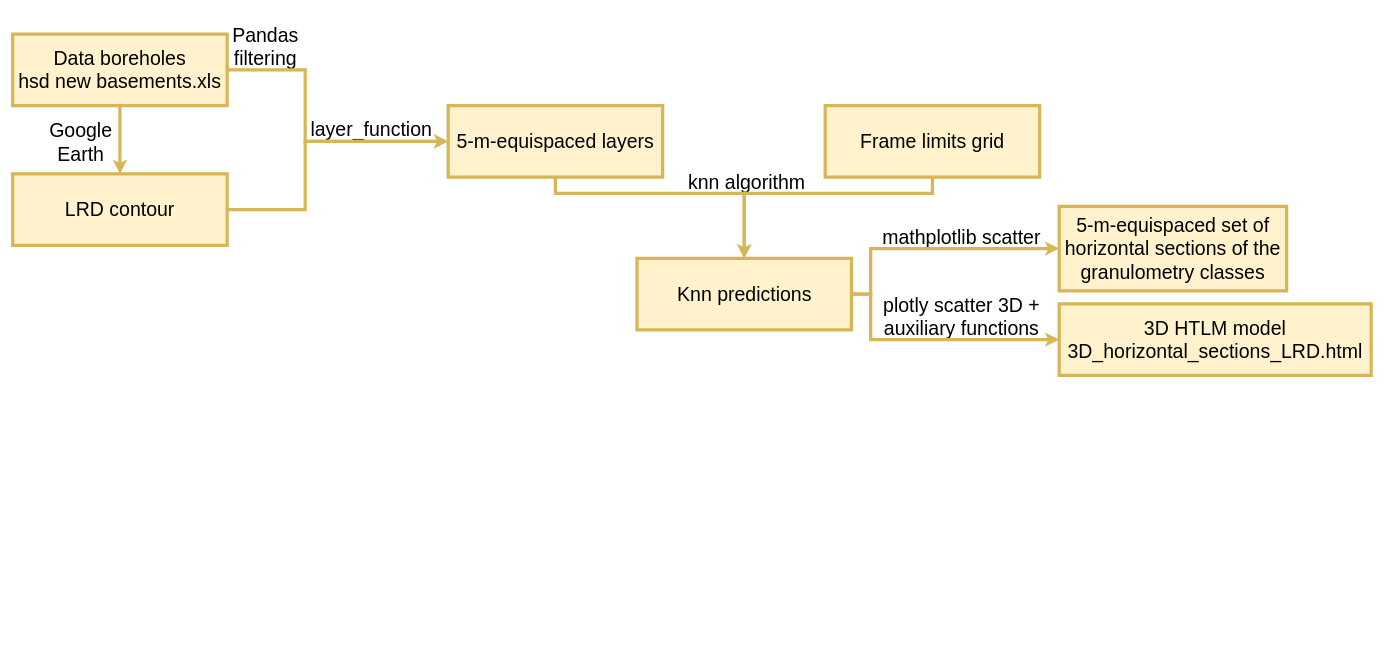
The draw.io diagram diagrams/horizontal sections.drawio in dcabezas98/confidence-knn-stratigraphic-visualization, before the edit. Source tidied: cells renumbered, new cells numbered last; positions are measured from the earlier drawing's top-left corner, leaving out a move shared by most shapes. Both pictures are drawn from the tidied source at 65%, with x=0, y=0 at pixel (12, 17).
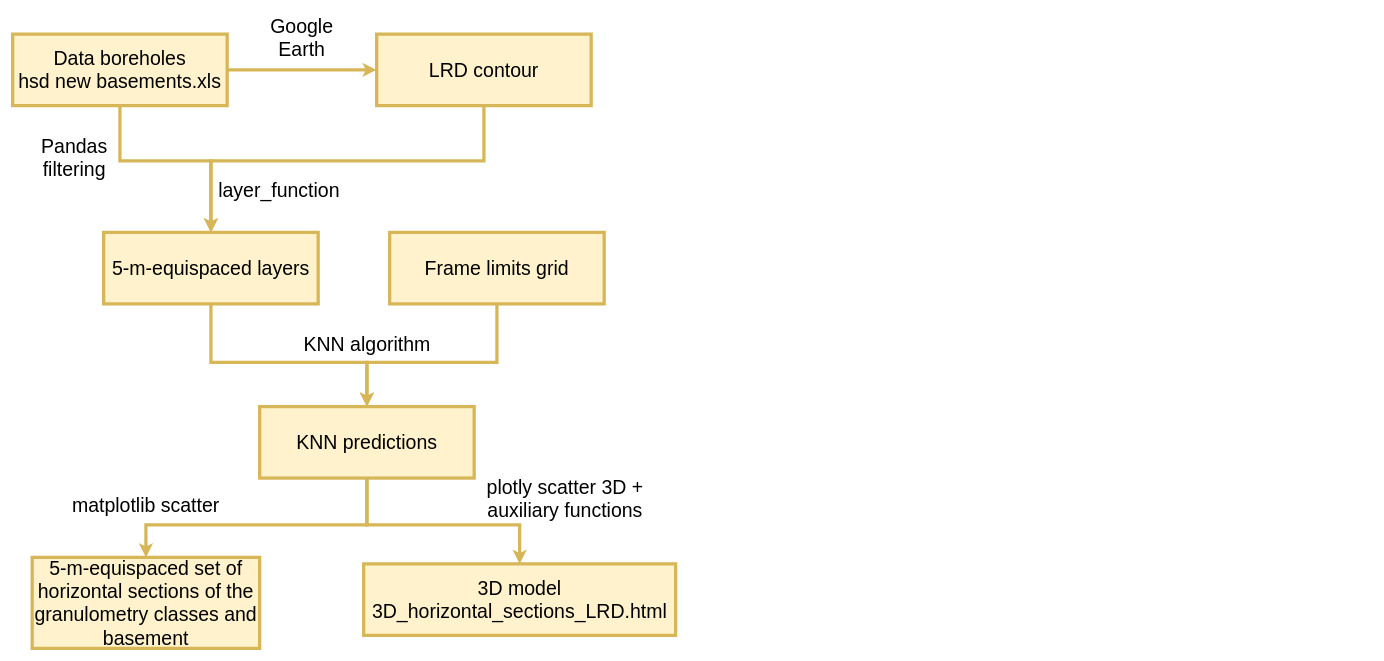
The same page after the edit.

The change refers to these unchanged cells:
```xml
<mxCell id="10" value="&lt;div style=&quot;font-size: 30px;&quot;&gt;Data boreholes&lt;br style=&quot;font-size: 30px;&quot;&gt;&lt;/div&gt;&lt;div style=&quot;font-size: 30px;&quot;&gt;hsd new basements.xls&lt;/div&gt;" style="rounded=0;whiteSpace=wrap;html=1;fontSize=30;fillColor=#fff2cc;strokeColor=#d6b656;strokeWidth=5;" parent="1" vertex="1">
  <mxGeometry y="26" width="330" height="110" as="geometry" />
</mxCell>
```

Change to the diagram source:
```diff
@@
     <mxCell id="2" value="Pandas filtering" style="text;html=1;align=center;verticalAlign=middle;whiteSpace=wrap;rounded=0;fontFamily=Helvetica;fontSize=30;" parent="1" vertex="1">
-      <mxGeometry x="304" width="170" height="90" as="geometry" />
+      <mxGeometry x="10" y="171" width="170" height="90" as="geometry" />
     </mxCell>
     <mxCell id="3" value="Google&lt;br style=&quot;font-size: 30px;&quot;&gt;Earth" style="text;html=1;align=center;verticalAlign=middle;whiteSpace=wrap;rounded=0;fontFamily=Helvetica;fontSize=30;" parent="1" vertex="1">
-      <mxGeometry x="40" y="152" width="130" height="80" as="geometry" />
+      <mxGeometry x="380" y="-9" width="130" height="80" as="geometry" />
     </mxCell>
     <mxCell id="4" value="layer_function" style="text;html=1;align=center;verticalAlign=middle;whiteSpace=wrap;rounded=0;fontFamily=Helvetica;fontSize=30;" parent="1" vertex="1">
-      <mxGeometry x="442" y="157" width="220" height="30" as="geometry" />
+      <mxGeometry x="300" y="251" width="220" height="30" as="geometry" />
     </mxCell>
-    <mxCell id="5" value="knn algorithm" style="text;html=1;align=center;verticalAlign=middle;whiteSpace=wrap;rounded=0;fontFamily=Helvetica;fontSize=30;" parent="1" vertex="1">
-      <mxGeometry x="1036" y="204" width="187" height="97" as="geometry" />
+    <mxCell id="5" value="KNN algorithm" style="text;html=1;align=center;verticalAlign=middle;whiteSpace=wrap;rounded=0;fontFamily=Helvetica;fontSize=30;" parent="1" vertex="1">
+      <mxGeometry x="441.5" y="479" width="207" height="47" as="geometry" />
     </mxCell>
-    <mxCell id="6" value="mathplotlib scatter" style="text;html=1;align=center;verticalAlign=middle;whiteSpace=wrap;rounded=0;fontFamily=Helvetica;fontSize=30;" parent="1" vertex="1">
-      <mxGeometry x="1310" y="318" width="300" height="40" as="geometry" />
+    <mxCell id="6" value="matplotlib scatter" style="text;html=1;align=center;verticalAlign=middle;whiteSpace=wrap;rounded=0;fontFamily=Helvetica;fontSize=30;" parent="1" vertex="1">
+      <mxGeometry x="55" y="731" width="300" height="40" as="geometry" />
     </mxCell>
     <mxCell id="7" value="plotly scatter 3D + auxiliary functions" style="text;html=1;align=center;verticalAlign=middle;whiteSpace=wrap;rounded=0;fontFamily=Helvetica;fontSize=30;" parent="1" vertex="1">
-      <mxGeometry x="1310" y="381" width="300" height="160" as="geometry" />
+      <mxGeometry x="700" y="661" width="300" height="160" as="geometry" />
     </mxCell>
-    <mxCell id="8" style="edgeStyle=orthogonalEdgeStyle;rounded=0;jettySize=auto;html=1;exitX=0.5;exitY=1;exitDx=0;exitDy=0;fontSize=30;fillColor=#fff2cc;strokeColor=#d6b656;strokeWidth=5;" parent="1" edge="1" source="10" target="12">
+    <mxCell id="8" style="edgeStyle=orthogonalEdgeStyle;rounded=0;jettySize=auto;html=1;exitX=1;exitY=0.5;exitDx=0;exitDy=0;entryX=0;entryY=0.5;entryDx=0;entryDy=0;strokeWidth=5;fillColor=#fff2cc;strokeColor=#d6b656;" parent="1" edge="1" source="10" target="12">
       <mxGeometry relative="1" as="geometry" />
     </mxCell>
-    <mxCell id="9" style="edgeStyle=orthogonalEdgeStyle;rounded=0;jettySize=auto;html=1;exitX=1;exitY=0.5;exitDx=0;exitDy=0;entryX=0;entryY=0.5;entryDx=0;entryDy=0;fontSize=30;strokeWidth=5;fillColor=#fff2cc;strokeColor=#d6b656;" parent="1" edge="1" source="10" target="14">
+    <mxCell id="9" style="edgeStyle=orthogonalEdgeStyle;rounded=0;jettySize=auto;html=1;exitX=0.5;exitY=1;exitDx=0;exitDy=0;entryX=0.5;entryY=0;entryDx=0;entryDy=0;strokeWidth=5;fillColor=#fff2cc;strokeColor=#d6b656;" parent="1" edge="1" source="10" target="14">
       <mxGeometry relative="1" as="geometry">
         <Array as="points">
-          <mxPoint x="450" y="81" />
-          <mxPoint x="450" y="191" />
+          <mxPoint x="165" y="221" />
+          <mxPoint x="305" y="221" />
         </Array>
       </mxGeometry>
     </mxCell>
@@
-    <mxCell id="11" style="edgeStyle=orthogonalEdgeStyle;rounded=0;jettySize=auto;html=1;exitX=1;exitY=0.5;exitDx=0;exitDy=0;entryX=0;entryY=0.5;entryDx=0;entryDy=0;fontSize=30;strokeWidth=5;fillColor=#fff2cc;strokeColor=#d6b656;" parent="1" edge="1" source="12" target="14">
+    <mxCell id="11" style="edgeStyle=orthogonalEdgeStyle;rounded=0;jettySize=auto;html=1;exitX=0.5;exitY=1;exitDx=0;exitDy=0;entryX=0.5;entryY=0;entryDx=0;entryDy=0;strokeWidth=5;fillColor=#fff2cc;strokeColor=#d6b656;" parent="1" edge="1" source="12" target="14">
       <mxGeometry relative="1" as="geometry">
         <Array as="points">
-          <mxPoint x="450" y="296" />
-          <mxPoint x="450" y="191" />
+          <mxPoint x="725" y="221" />
+          <mxPoint x="305" y="221" />
         </Array>
       </mxGeometry>
     </mxCell>
     <mxCell id="12" value="LRD contour" style="rounded=0;whiteSpace=wrap;html=1;fontSize=30;fillColor=#fff2cc;strokeColor=#d6b656;strokeWidth=5;" parent="1" vertex="1">
-      <mxGeometry y="241" width="330" height="110" as="geometry" />
+      <mxGeometry x="560" y="26" width="330" height="110" as="geometry" />
     </mxCell>
-    <mxCell id="13" style="edgeStyle=orthogonalEdgeStyle;rounded=0;jettySize=auto;html=1;exitX=0.5;exitY=1;exitDx=0;exitDy=0;entryX=0.5;entryY=0;entryDx=0;entryDy=0;fontSize=30;strokeWidth=5;fillColor=#fff2cc;strokeColor=#d6b656;" parent="1" edge="1" source="14" target="19">
+    <mxCell id="13" style="edgeStyle=orthogonalEdgeStyle;rounded=0;jettySize=auto;html=1;exitX=0.5;exitY=1;exitDx=0;exitDy=0;entryX=0.5;entryY=0;entryDx=0;entryDy=0;strokeWidth=5;fillColor=#fff2cc;strokeColor=#d6b656;" parent="1" edge="1" source="14" target="19">
       <mxGeometry relative="1" as="geometry">
         <Array as="points">
-          <mxPoint x="835" y="271" />
-          <mxPoint x="1126" y="271" />
+          <mxPoint x="305" y="531" />
+          <mxPoint x="545" y="531" />
         </Array>
       </mxGeometry>
     </mxCell>
     <mxCell id="14" value="5-m-equispaced layers" style="rounded=0;whiteSpace=wrap;html=1;fontSize=30;fillColor=#fff2cc;strokeColor=#d6b656;strokeWidth=5;" parent="1" vertex="1">
-      <mxGeometry x="670" y="136" width="330" height="110" as="geometry" />
+      <mxGeometry x="140" y="331" width="330" height="110" as="geometry" />
     </mxCell>
-    <mxCell id="15" style="edgeStyle=orthogonalEdgeStyle;rounded=0;jettySize=auto;html=1;exitX=0.5;exitY=1;exitDx=0;exitDy=0;entryX=0.5;entryY=0;entryDx=0;entryDy=0;fontSize=30;strokeWidth=5;fillColor=#fff2cc;strokeColor=#d6b656;" parent="1" edge="1" source="16" target="19">
+    <mxCell id="15" style="edgeStyle=orthogonalEdgeStyle;rounded=0;jettySize=auto;html=1;exitX=0.5;exitY=1;exitDx=0;exitDy=0;entryX=0.5;entryY=0;entryDx=0;entryDy=0;strokeWidth=5;fillColor=#fff2cc;strokeColor=#d6b656;" parent="1" edge="1" source="16" target="19">
       <mxGeometry relative="1" as="geometry">
         <Array as="points">
-          <mxPoint x="1415" y="271" />
-          <mxPoint x="1126" y="271" />
+          <mxPoint x="745" y="531" />
+          <mxPoint x="545" y="531" />
         </Array>
       </mxGeometry>
     </mxCell>
     <mxCell id="16" value="Frame limits grid" style="rounded=0;whiteSpace=wrap;html=1;fontSize=30;fillColor=#fff2cc;strokeColor=#d6b656;strokeWidth=5;" parent="1" vertex="1">
-      <mxGeometry x="1250" y="136" width="330" height="110" as="geometry" />
+      <mxGeometry x="580" y="331" width="330" height="110" as="geometry" />
     </mxCell>
-    <mxCell id="17" style="edgeStyle=orthogonalEdgeStyle;rounded=0;jettySize=auto;html=1;exitX=1;exitY=0.5;exitDx=0;exitDy=0;fontSize=30;strokeWidth=5;fillColor=#fff2cc;strokeColor=#d6b656;" parent="1" edge="1" source="19" target="20">
+    <mxCell id="17" style="edgeStyle=orthogonalEdgeStyle;rounded=0;jettySize=auto;html=1;exitX=0.5;exitY=1;exitDx=0;exitDy=0;entryX=0.5;entryY=0;entryDx=0;entryDy=0;strokeWidth=5;fillColor=#fff2cc;strokeColor=#d6b656;" parent="1" edge="1" source="19" target="20">
       <mxGeometry relative="1" as="geometry">
         <Array as="points">
-          <mxPoint x="1320" y="426" />
-          <mxPoint x="1320" y="356" />
+          <mxPoint x="545" y="781" />
+          <mxPoint x="205" y="781" />
         </Array>
       </mxGeometry>
     </mxCell>
-    <mxCell id="18" style="edgeStyle=orthogonalEdgeStyle;rounded=0;jettySize=auto;html=1;exitX=1;exitY=0.5;exitDx=0;exitDy=0;entryX=0;entryY=0.5;entryDx=0;entryDy=0;fontSize=30;strokeWidth=5;fillColor=#fff2cc;strokeColor=#d6b656;" parent="1" edge="1" source="19" target="21">
+    <mxCell id="18" style="edgeStyle=orthogonalEdgeStyle;rounded=0;jettySize=auto;html=1;exitX=0.5;exitY=1;exitDx=0;exitDy=0;entryX=0.5;entryY=0;entryDx=0;entryDy=0;strokeWidth=5;fillColor=#fff2cc;strokeColor=#d6b656;" parent="1" edge="1" source="19" target="21">
       <mxGeometry relative="1" as="geometry">
         <Array as="points">
-          <mxPoint x="1320" y="426" />
-          <mxPoint x="1320" y="496" />
+          <mxPoint x="545" y="781" />
+          <mxPoint x="780" y="781" />
         </Array>
       </mxGeometry>
     </mxCell>
-    <mxCell id="19" value="Knn predictions" style="rounded=0;whiteSpace=wrap;html=1;fontSize=30;fillColor=#fff2cc;strokeColor=#d6b656;strokeWidth=5;" parent="1" vertex="1">
-      <mxGeometry x="960.5" y="371" width="330" height="110" as="geometry" />
+    <mxCell id="19" value="KNN predictions" style="rounded=0;whiteSpace=wrap;html=1;fontSize=30;fillColor=#fff2cc;strokeColor=#d6b656;strokeWidth=5;" parent="1" vertex="1">
+      <mxGeometry x="380" y="599" width="330" height="110" as="geometry" />
     </mxCell>
-    <mxCell id="20" value="5-m-equispaced set of horizontal sections of the granulometry classes" style="rounded=0;whiteSpace=wrap;html=1;fontSize=30;fillColor=#fff2cc;strokeColor=#d6b656;strokeWidth=5;" parent="1" vertex="1">
-      <mxGeometry x="1610" y="291" width="350" height="130" as="geometry" />
+    <mxCell id="20" value="5-m-equispaced set of horizontal sections of the granulometry classes and basement" style="rounded=0;whiteSpace=wrap;html=1;fontSize=30;fillColor=#fff2cc;strokeColor=#d6b656;strokeWidth=5;" parent="1" vertex="1">
+      <mxGeometry x="30" y="831" width="350" height="140" as="geometry" />
     </mxCell>
-    <mxCell id="21" value="&lt;div style=&quot;font-size: 30px;&quot;&gt;3D HTLM model&lt;font style=&quot;font-size: 30px;&quot; face=&quot;Helvetica&quot;&gt;&lt;br style=&quot;font-size: 30px;&quot;&gt;&lt;/font&gt;&lt;/div&gt;&lt;div style=&quot;font-size: 30px;&quot;&gt;&lt;font style=&quot;font-size: 30px;&quot; face=&quot;Helvetica&quot;&gt;3D_horizontal_sections_LRD.html&lt;/font&gt;&lt;/div&gt;" style="rounded=0;whiteSpace=wrap;html=1;fontSize=30;fillColor=#fff2cc;strokeColor=#d6b656;strokeWidth=5;" parent="1" vertex="1">
-      <mxGeometry x="1610" y="441" width="480" height="110" as="geometry" />
+    <mxCell id="21" value="&lt;div style=&quot;font-size: 30px;&quot;&gt;3D model&lt;font style=&quot;font-size: 30px;&quot; face=&quot;Helvetica&quot;&gt;&lt;br style=&quot;font-size: 30px;&quot;&gt;&lt;/font&gt;&lt;/div&gt;&lt;div style=&quot;font-size: 30px;&quot;&gt;&lt;font style=&quot;font-size: 30px;&quot; face=&quot;Helvetica&quot;&gt;3D_horizontal_sections_LRD.html&lt;/font&gt;&lt;/div&gt;" style="rounded=0;whiteSpace=wrap;html=1;fontSize=30;fillColor=#fff2cc;strokeColor=#d6b656;strokeWidth=5;" parent="1" vertex="1">
+      <mxGeometry x="540" y="841" width="480" height="110" as="geometry" />
     </mxCell>
```
